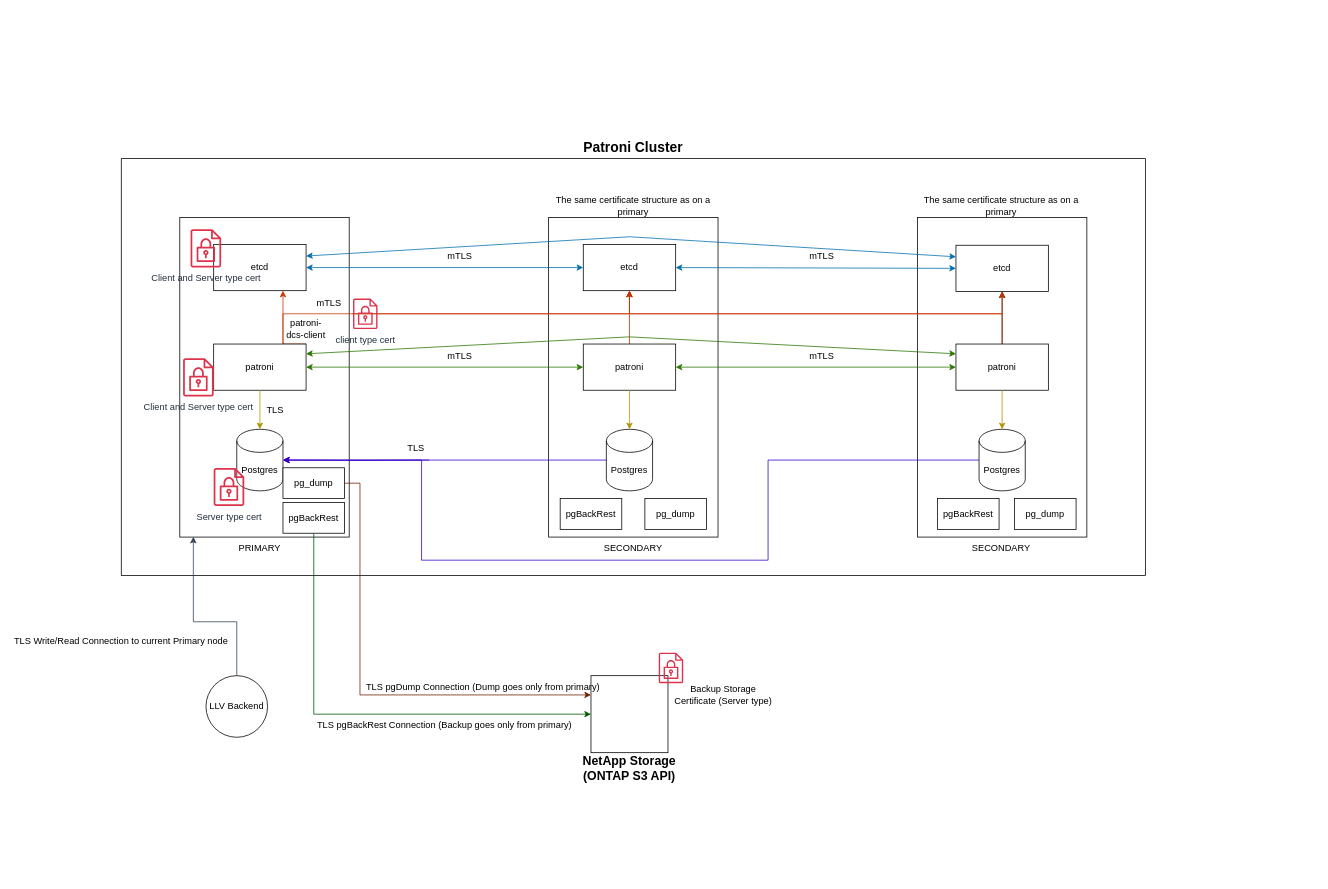
This is tls.drawio from konradjed/patroni-postgres-cluster, a draw.io file, before an edit. Source tidied: cells renumbered, new cells numbered last; positions are measured from the earlier drawing's top-left corner, leaving out a move shared by most shapes. Both pictures are drawn from the tidied source at 77%, with x=0, y=0 at pixel (13, 113).
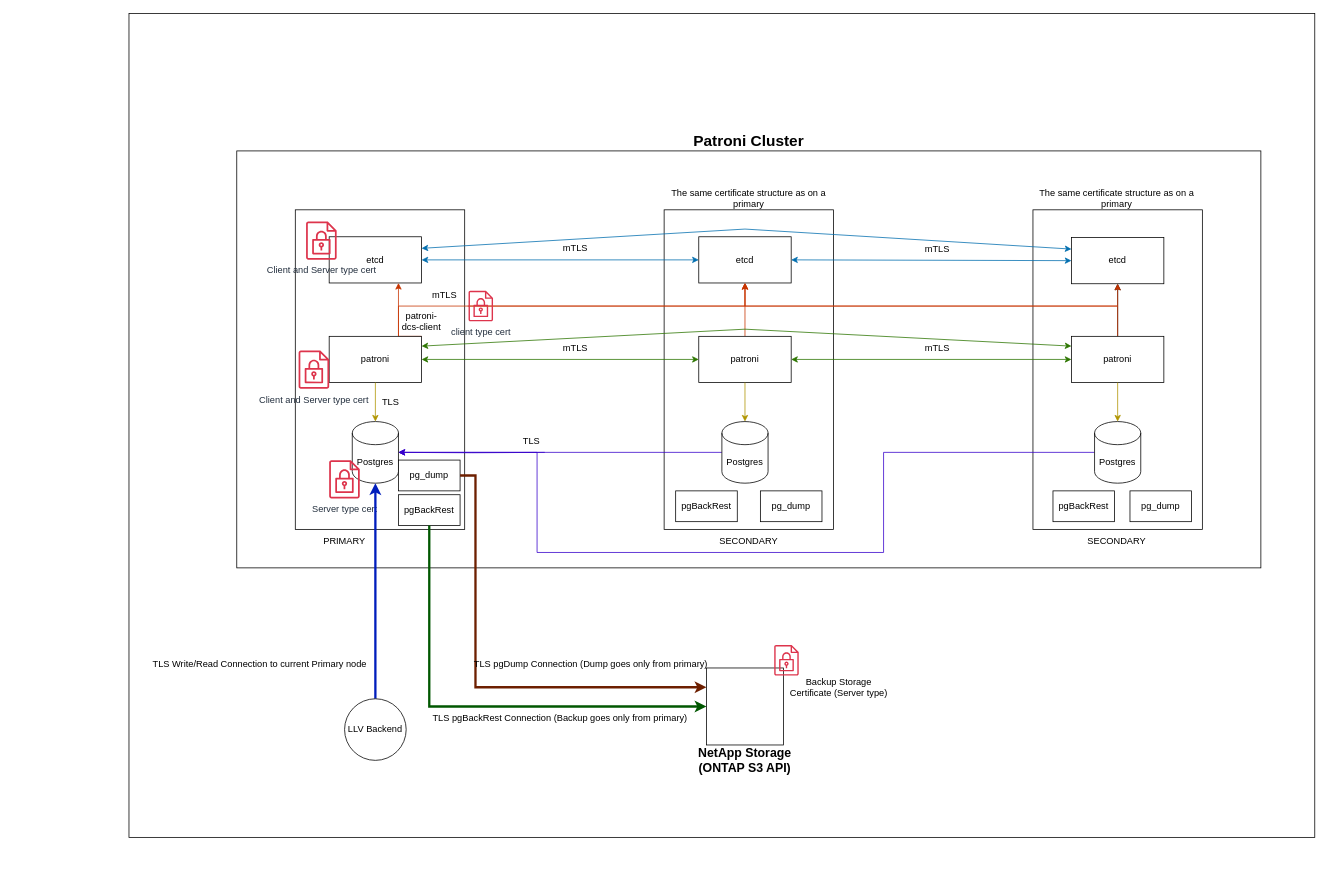
Above is the later version.

The change refers to these unchanged cells:
```xml
<mxCell id="6" style="rounded=0;whiteSpace=wrap;html=1;" parent="2" vertex="1">
  <mxGeometry x="76" y="135" width="220" height="415" as="geometry" />
</mxCell>
<mxCell id="20" value="Postgres" style="shape=cylinder3;whiteSpace=wrap;html=1;boundedLbl=1;backgroundOutline=1;size=15;" parent="2" vertex="1">
  <mxGeometry x="150" y="410" width="60" height="80" as="geometry" />
</mxCell>
<mxCell id="51" value="pgBackRest" style="rounded=0;whiteSpace=wrap;html=1;" parent="2" vertex="1">
  <mxGeometry x="210" y="505" width="80" height="40" as="geometry" />
</mxCell>
<mxCell id="57" value="pg_dump" style="rounded=0;whiteSpace=wrap;html=1;" parent="2" vertex="1">
  <mxGeometry x="210" y="460" width="80" height="40" as="geometry" />
</mxCell>
<mxCell id="62" style="group;" parent="61" vertex="1">
  <mxGeometry y="-30" width="324" height="290" as="geometry" />
</mxCell>
```

The edit, as a diff of the source:
```diff
@@
+    <mxCell id="72" style="rounded=0;whiteSpace=wrap;html=1;fillColor=light-dark(#FFFFFF,#EDEDED);" parent="1" vertex="1">
+      <mxGeometry x="150" y="-130" width="1540" height="1070" as="geometry" />
+    </mxCell>
     <mxCell id="2" style="group;" parent="1" vertex="1">
-      <mxGeometry x="140" width="1330" height="600" as="geometry" />
+      <mxGeometry x="290" y="-10" width="1330" height="600" as="geometry" />
     </mxCell>
-    <mxCell id="3" style="rounded=0;whiteSpace=wrap;html=1;" parent="2" vertex="1">
+    <mxCell id="3" style="rounded=0;whiteSpace=wrap;html=1;fillColor=light-dark(#FFFFFF,#262626);" parent="2" vertex="1">
       <mxGeometry y="58.5" width="1330" height="541.5" as="geometry" />
     </mxCell>
-    <mxCell id="4" value="&lt;b&gt;&lt;font style=&quot;font-size: 18px;&quot;&gt;Patroni Cluster&lt;/font&gt;&lt;/b&gt;" style="text;html=1;whiteSpace=wrap;strokeColor=none;fillColor=none;align=center;verticalAlign=middle;rounded=0;" parent="2" vertex="1">
+    <mxCell id="4" value="&lt;b&gt;&lt;font style=&quot;color: light-dark(rgb(0, 0, 0), rgb(0, 0, 0)); font-size: 20px;&quot;&gt;Patroni Cluster&lt;/font&gt;&lt;/b&gt;" style="text;html=1;whiteSpace=wrap;strokeColor=none;fillColor=none;align=center;verticalAlign=middle;rounded=0;" parent="2" vertex="1">
       <mxGeometry width="1330" height="87.8" as="geometry" />
     </mxCell>
@@
     <mxCell id="36" value="PRIMARY" style="text;html=1;whiteSpace=wrap;strokeColor=none;fillColor=none;align=center;verticalAlign=middle;rounded=0;" parent="2" vertex="1">
-      <mxGeometry x="150" y="550" width="60" height="30" as="geometry" />
+      <mxGeometry x="110" y="550" width="60" height="30" as="geometry" />
     </mxCell>
@@
-    <mxCell id="58" style="edgeStyle=orthogonalEdgeStyle;rounded=0;jettySize=auto;html=1;entryX=0.08;entryY=0.999;entryDx=0;entryDy=0;entryPerimeter=0;fillColor=#647687;strokeColor=#314354;" parent="1" edge="1" source="59" target="6">
+    <mxCell id="58" style="edgeStyle=orthogonalEdgeStyle;rounded=0;jettySize=auto;html=1;entryX=0.5;entryY=1;entryDx=0;entryDy=0;entryPerimeter=0;fillColor=#0050ef;strokeColor=#001DBC;strokeWidth=3;exitX=0.5;exitY=0;exitDx=0;exitDy=0;" parent="1" edge="1" source="59" target="20">
       <mxGeometry relative="1" as="geometry">
         <Array as="points">
-          <mxPoint x="290" y="660" />
-          <mxPoint x="233.6" y="660" />
+          <mxPoint x="470" y="745" />
         </Array>
       </mxGeometry>
     </mxCell>
     <mxCell id="59" value="LLV Backend" style="ellipse;whiteSpace=wrap;html=1;shapeInside=1;" parent="1" vertex="1">
-      <mxGeometry x="250" y="730" width="80" height="80" as="geometry" />
+      <mxGeometry x="430" y="760" width="80" height="80" as="geometry" />
     </mxCell>
@@
-    <mxCell id="63" value="&lt;b&gt;&lt;font style=&quot;font-size: 16px;&quot;&gt;NetApp Storage&lt;/font&gt;&lt;/b&gt;&lt;div&gt;&lt;font style=&quot;&quot;&gt;&lt;span style=&quot;font-size: 16px;&quot;&gt;&lt;b&gt;(ONTAP S3 API)&lt;/b&gt;&lt;/span&gt;&lt;/font&gt;&lt;/div&gt;" style="text;html=1;whiteSpace=wrap;strokeColor=none;fillColor=none;align=center;verticalAlign=middle;rounded=0;" parent="62" vertex="1">
-      <mxGeometry x="31.9" y="130" width="196.2" height="40" as="geometry" />
+    <mxCell id="63" value="&lt;b&gt;&lt;font style=&quot;font-size: 16px; color: light-dark(rgb(0, 0, 0), rgb(0, 0, 0));&quot;&gt;NetApp Storage&lt;/font&gt;&lt;/b&gt;&lt;div&gt;&lt;font&gt;&lt;span style=&quot;font-size: 16px; color: light-dark(rgb(0, 0, 0), rgb(0, 0, 0));&quot;&gt;&lt;b&gt;(ONTAP S3 API)&lt;/b&gt;&lt;/span&gt;&lt;/font&gt;&lt;/div&gt;" style="text;html=1;whiteSpace=wrap;strokeColor=none;fillColor=none;align=center;verticalAlign=middle;rounded=0;" parent="62" vertex="1">
+      <mxGeometry x="181.9" y="120" width="196.2" height="40" as="geometry" />
     </mxCell>
     <mxCell id="64" style="whiteSpace=wrap;html=1;" parent="62" vertex="1">
-      <mxGeometry x="80" y="30" width="100" height="100" as="geometry" />
+      <mxGeometry x="230" y="20" width="100" height="100" as="geometry" />
     </mxCell>
     <mxCell id="65" style="sketch=0;fontColor=#232F3E;gradientColor=none;fillColor=#DD344C;strokeColor=none;dashed=0;verticalLabelPosition=bottom;verticalAlign=top;align=center;html=1;fontSize=12;fontStyle=0;shape=mxgraph.aws4.encrypted_data;" parent="62" vertex="1">
-      <mxGeometry x="168" width="31.8" height="40" as="geometry" />
+      <mxGeometry x="318" y="-10" width="31.8" height="40" as="geometry" />
     </mxCell>
-    <mxCell id="66" value="Backup Storage Certificate (Server type)" style="text;html=1;whiteSpace=wrap;strokeColor=none;fillColor=none;align=center;verticalAlign=middle;rounded=0;" parent="62" vertex="1">
-      <mxGeometry x="180" y="30" width="144" height="50" as="geometry" />
+    <mxCell id="66" value="&lt;span style=&quot;color: light-dark(rgb(0, 0, 0), rgb(3, 3, 3));&quot;&gt;Backup Storage Certificate (Server type)&lt;/span&gt;" style="text;html=1;whiteSpace=wrap;strokeColor=none;fillColor=none;align=center;verticalAlign=middle;rounded=0;" parent="62" vertex="1">
+      <mxGeometry x="330" y="20" width="144" height="50" as="geometry" />
     </mxCell>
-    <mxCell id="67" value="TLS pgBackRest Connection (Backup goes only from primary)" style="text;html=1;whiteSpace=wrap;strokeColor=none;fillColor=none;align=center;verticalAlign=middle;rounded=0;" parent="1" vertex="1">
-      <mxGeometry x="390" y="780" width="340" height="30" as="geometry" />
+    <mxCell id="67" value="&lt;span style=&quot;color: light-dark(rgb(0, 0, 0), rgb(0, 0, 0));&quot;&gt;TLS pgBackRest Connection (Backup goes only from primary)&lt;/span&gt;" style="text;html=1;whiteSpace=wrap;strokeColor=none;fillColor=none;align=center;verticalAlign=middle;rounded=0;" parent="1" vertex="1">
+      <mxGeometry x="540" y="770" width="340" height="30" as="geometry" />
     </mxCell>
-    <mxCell id="68" value="TLS Write/Read Connection to current Primary node" style="text;html=1;whiteSpace=wrap;strokeColor=none;fillColor=none;align=center;verticalAlign=middle;rounded=0;" parent="1" vertex="1">
-      <mxGeometry y="670" width="280" height="30" as="geometry" />
+    <mxCell id="68" value="&lt;span style=&quot;color: light-dark(rgb(0, 0, 0), rgb(0, 0, 0));&quot;&gt;TLS Write/Read Connection to current Primary node&lt;/span&gt;" style="text;html=1;whiteSpace=wrap;strokeColor=none;fillColor=none;align=center;verticalAlign=middle;rounded=0;" parent="1" vertex="1">
+      <mxGeometry x="180" y="700" width="280" height="30" as="geometry" />
     </mxCell>
-    <mxCell id="69" style="edgeStyle=orthogonalEdgeStyle;rounded=0;jettySize=auto;html=1;entryX=0;entryY=0.25;entryDx=0;entryDy=0;fillColor=#a0522d;strokeColor=#6D1F00;" parent="1" edge="1" source="57" target="64">
+    <mxCell id="69" style="edgeStyle=orthogonalEdgeStyle;rounded=0;jettySize=auto;html=1;entryX=0;entryY=0.25;entryDx=0;entryDy=0;fillColor=#a0522d;strokeColor=#6D1F00;strokeWidth=3;" parent="1" edge="1" source="57" target="64">
       <mxGeometry relative="1" as="geometry">
         <Array as="points">
-          <mxPoint x="450" y="480" />
-          <mxPoint x="450" y="755" />
+          <mxPoint x="600" y="470" />
+          <mxPoint x="600" y="745" />
         </Array>
       </mxGeometry>
     </mxCell>
-    <mxCell id="70" style="edgeStyle=orthogonalEdgeStyle;rounded=0;jettySize=auto;html=1;entryX=0;entryY=0.5;entryDx=0;entryDy=0;fillColor=#008a00;strokeColor=#005700;" parent="1" edge="1" source="51" target="64">
+    <mxCell id="70" style="edgeStyle=orthogonalEdgeStyle;rounded=0;jettySize=auto;html=1;entryX=0;entryY=0.5;entryDx=0;entryDy=0;fillColor=#008a00;strokeColor=#005700;strokeWidth=3;" parent="1" edge="1" source="51" target="64">
       <mxGeometry relative="1" as="geometry">
         <Array as="points">
-          <mxPoint x="390" y="780" />
+          <mxPoint x="540" y="770" />
         </Array>
       </mxGeometry>
     </mxCell>
-    <mxCell id="71" value="TLS pgDump Connection (Dump goes only from primary)" style="text;html=1;whiteSpace=wrap;strokeColor=none;fillColor=none;align=center;verticalAlign=middle;rounded=0;" parent="1" vertex="1">
-      <mxGeometry x="440" y="730" width="340" height="30" as="geometry" />
+    <mxCell id="71" value="&lt;span style=&quot;color: light-dark(rgb(0, 0, 0), rgb(0, 0, 0));&quot;&gt;TLS pgDump Connection (Dump goes only from primary)&lt;/span&gt;" style="text;html=1;whiteSpace=wrap;strokeColor=none;fillColor=none;align=center;verticalAlign=middle;rounded=0;" parent="1" vertex="1">
+      <mxGeometry x="580" y="700" width="340" height="30" as="geometry" />
     </mxCell>
```
